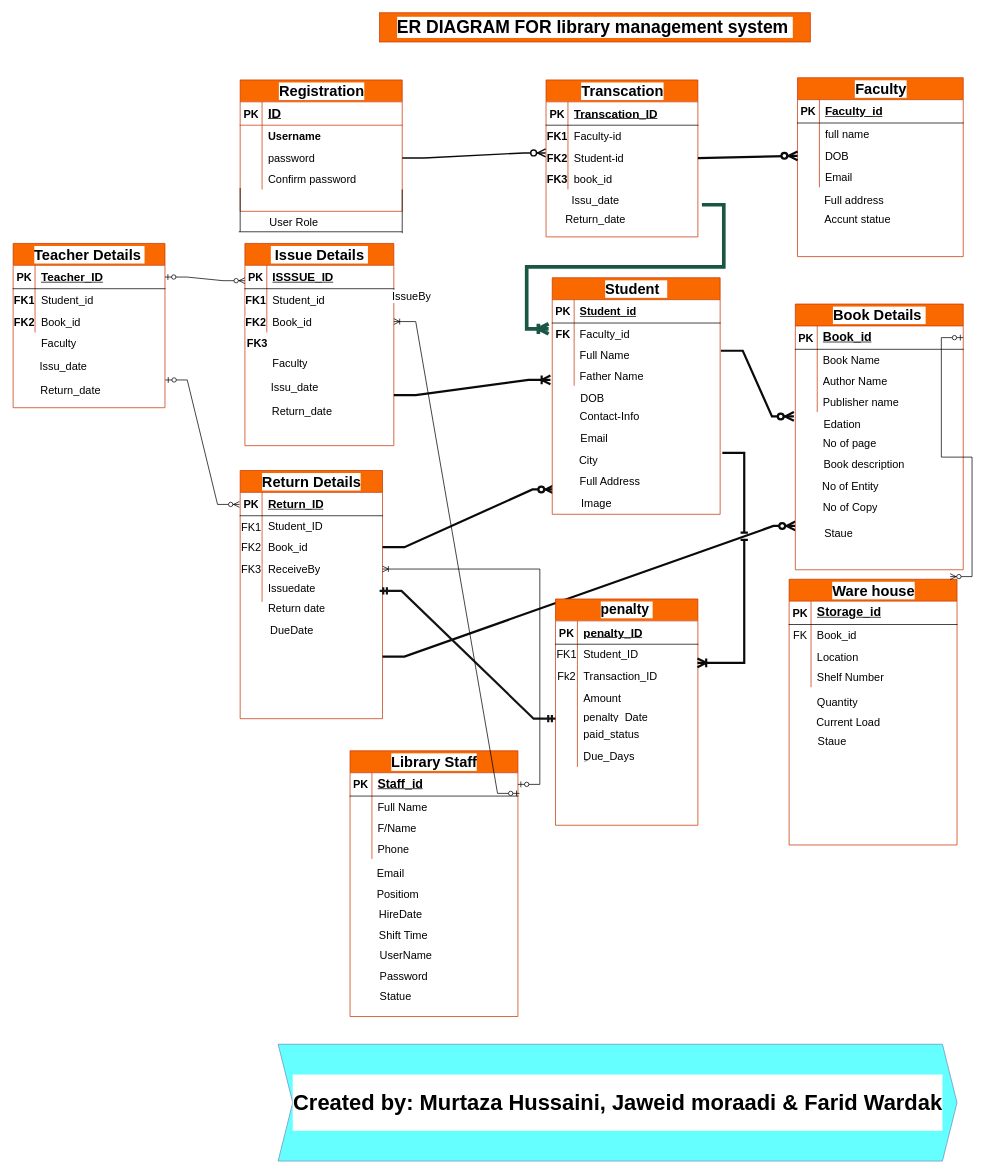
Before: ER-Diagram-Library-management-System.drawio in hussaini021/Library_management, a draw.io diagram. Source tidied: cells renumbered, new cells numbered last; positions are measured from the earlier drawing's top-left corner, leaving out a move shared by most shapes. Both pictures are drawn from the tidied source at 73%, with x=0, y=0 at pixel (12, 12).
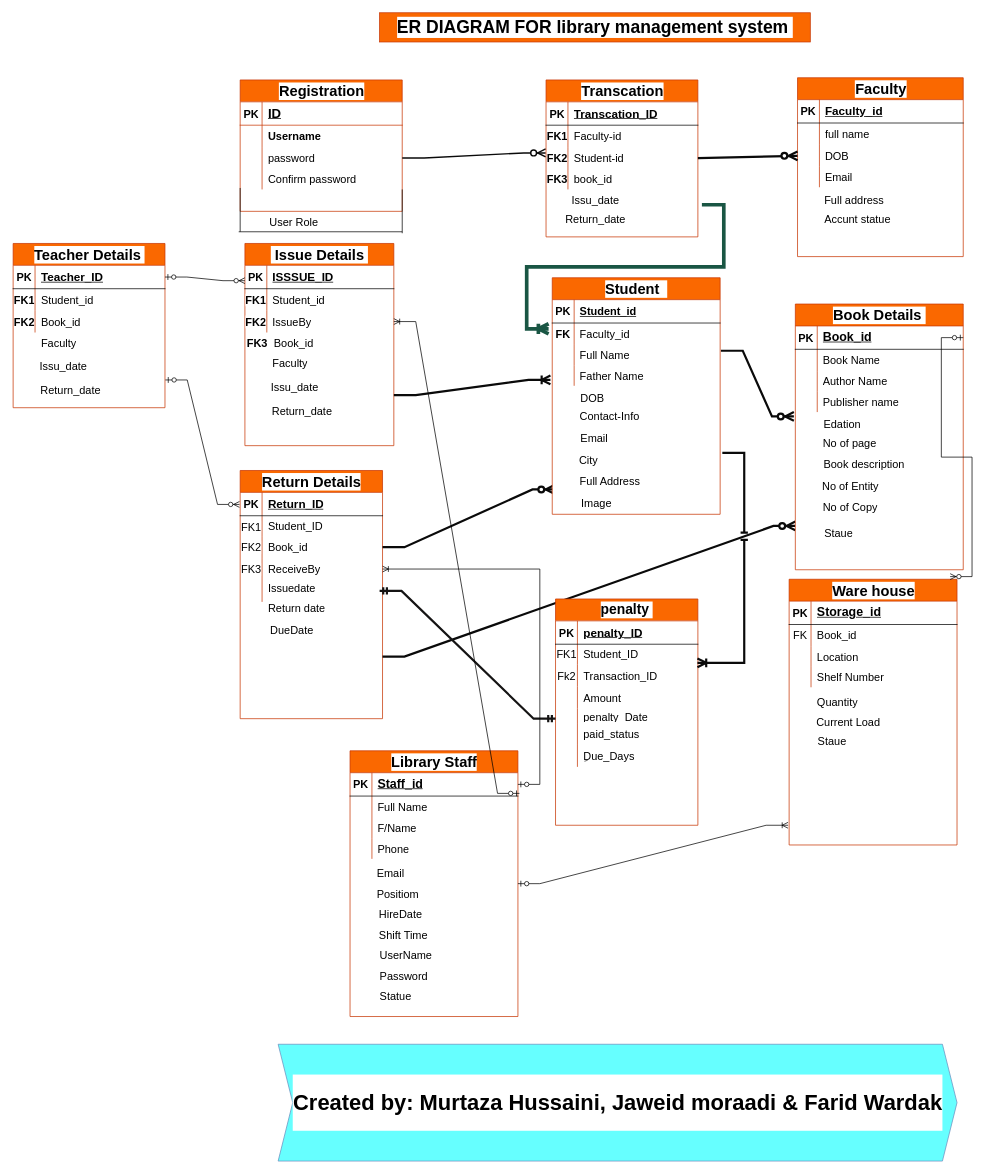
After the change.

Unchanged cells that the change refers to:
```xml
<mxCell id="81" style="shape=tableRow;horizontal=0;startSize=0;swimlaneHead=0;swimlaneBody=0;fillColor=none;points=[[0,0.5],[1,0.5]];portConstraint=eastwest;top=0;left=0;right=0;bottom=0;labelBackgroundColor=#FFFFFF;fontSize=15;" parent="74" vertex="1">
  <mxGeometry y="92" width="204" height="30" as="geometry" />
</mxCell>
<mxCell id="193" value="&lt;font style=&quot;font-size: 20px;&quot;&gt;Library Staff&lt;/font&gt;" style="shape=table;startSize=30;childLayout=tableLayout;rowLines=0;fontStyle=1;align=center;html=1;labelBackgroundColor=#FFFFFF;swimlaneFillColor=default;fontSize=15;fillColor=#fa6800;fontColor=#000000;strokeColor=#C73500;" parent="1" vertex="1">
  <mxGeometry x="462" y="1011" width="230" height="364" as="geometry" />
</mxCell>
```

What changed in the source:
```diff
@@
-    <mxCell id="83" value="Book_id" style="shape=partialRectangle;fillColor=none;top=0;left=0;bottom=0;right=0;align=left;spacingLeft=6;overflow=hidden;whiteSpace=wrap;html=1;labelBackgroundColor=#FFFFFF;fontSize=15;" parent="81" vertex="1">
+    <mxCell id="83" value="IssueBy" style="shape=partialRectangle;fillColor=none;top=0;left=0;bottom=0;right=0;align=left;spacingLeft=6;overflow=hidden;whiteSpace=wrap;html=1;labelBackgroundColor=#FFFFFF;fontSize=15;" parent="81" vertex="1">
       <mxGeometry x="30" width="174" height="30" as="geometry" />
     </mxCell>
@@
-    <mxCell id="190" value="IssueBy" style="shape=partialRectangle;fillColor=none;top=0;left=0;bottom=0;right=0;align=left;spacingLeft=6;overflow=hidden;whiteSpace=wrap;html=1;labelBackgroundColor=#FFFFFF;fontSize=15;" parent="1" vertex="1">
-      <mxGeometry x="512" y="373" width="178" height="30" as="geometry" />
+    <mxCell id="190" value="Book_id" style="shape=partialRectangle;fillColor=none;top=0;left=0;bottom=0;right=0;align=left;spacingLeft=6;overflow=hidden;whiteSpace=wrap;html=1;labelBackgroundColor=#FFFFFF;fontSize=15;" parent="1" vertex="1">
+      <mxGeometry x="350" y="437.5" width="178" height="30" as="geometry" />
     </mxCell>
@@
+    <mxCell id="215" style="edgeStyle=entityRelationEdgeStyle;fontSize=12;html=1;endArrow=ERoneToMany;startArrow=ERzeroToOne;rounded=0;exitX=1;exitY=0.5;exitDx=0;exitDy=0;" parent="1" edge="1" source="193">
+      <mxGeometry relative="1" as="geometry">
+        <mxPoint x="1062" y="1113" as="targetPoint" />
+        <Array as="points">
+          <mxPoint x="1253" y="1561.5" />
+          <mxPoint x="1062" y="1123" />
+        </Array>
+      </mxGeometry>
+    </mxCell>
```
